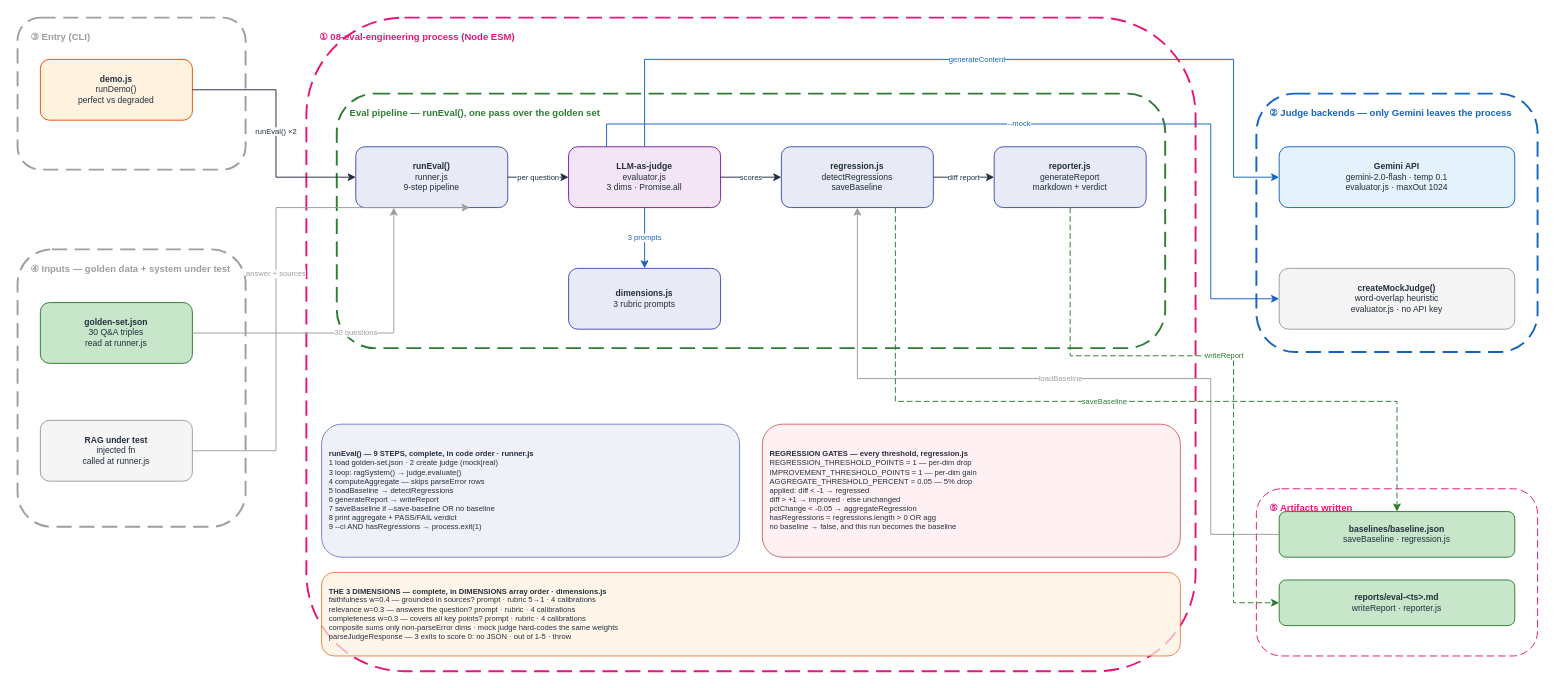
This is docs/diagrams/eval_engineering_v1/HOA_EvalEngineering_v1.drawio from gmaheshraju/Hands-on-AgenticAI, a draw.io file, before an edit. Source tidied: cells renumbered, new cells numbered last; positions are measured from the earlier drawing's top-left corner, leaving out a move shared by most shapes. Both pictures are drawn from the tidied source at 95%, with x=0, y=0 at pixel (17, 17).
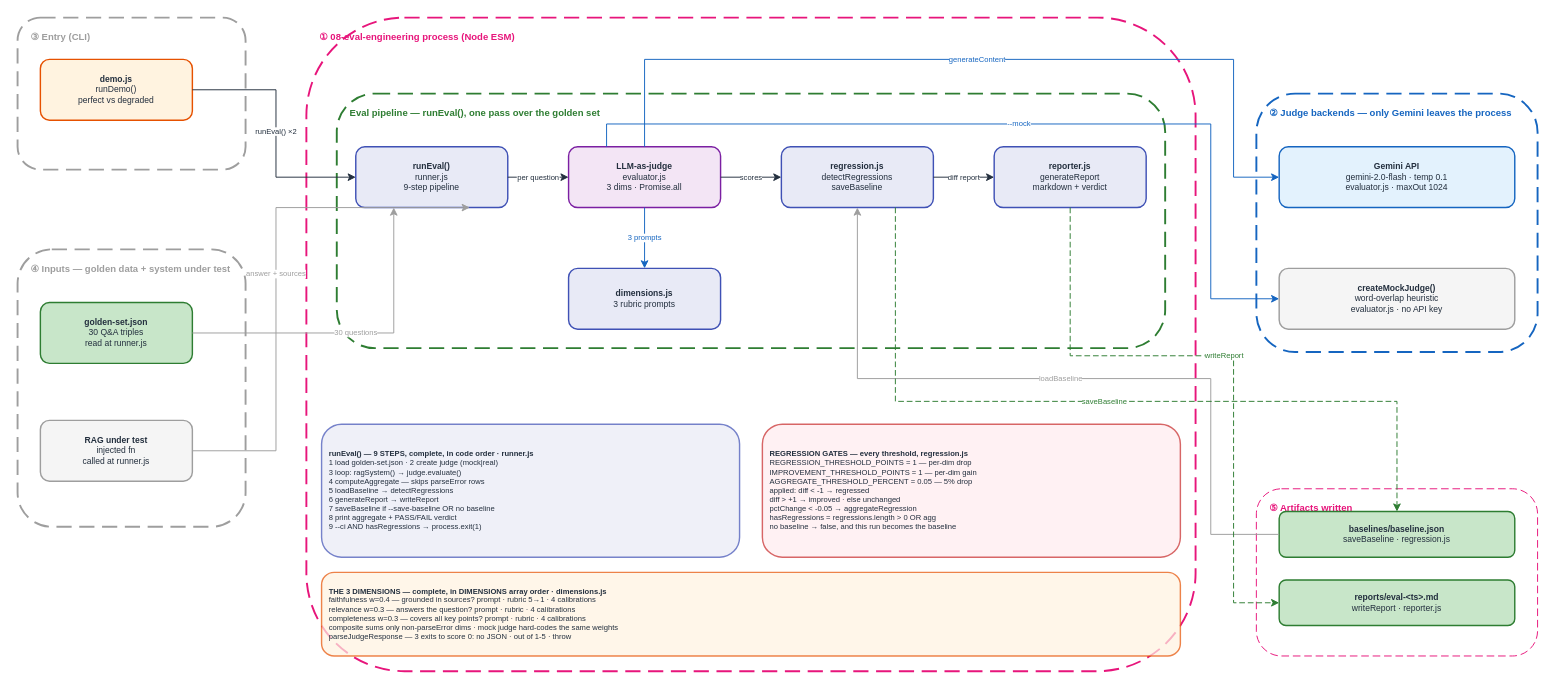
After the change.

What changed in the source:
```diff
@@
-    <mxCell id="14" value="&lt;b&gt;demo.js&lt;/b&gt;&lt;br&gt;runDemo()&lt;br&gt;perfect vs degraded" style="rounded=1;fillColor=#FFF3E0;strokeColor=#E65100;fontSize=9;fontColor=#232F3E;html=1;whiteSpace=wrap;align=center;" parent="1" vertex="1">
+    <mxCell id="14" value="&lt;b&gt;demo.js&lt;/b&gt;&lt;br&gt;runDemo()&lt;br&gt;perfect vs degraded" style="rounded=1;fillColor=#FFF3E0;strokeColor=#E65100;strokeWidth=1.5;fontSize=9;fontColor=#232F3E;html=1;whiteSpace=wrap;align=center;" parent="1" vertex="1">
       <mxGeometry x="24" y="44" width="160" height="64" as="geometry" />
     </mxCell>
-    <mxCell id="15" value="&lt;b&gt;golden-set.json&lt;/b&gt;&lt;br&gt;30 Q&amp;amp;A triples&lt;br&gt;read at runner.js" style="rounded=1;fillColor=#C8E6C9;strokeColor=#2E7D32;fontSize=9;fontColor=#232F3E;html=1;whiteSpace=wrap;align=center;" parent="1" vertex="1">
+    <mxCell id="15" value="&lt;b&gt;golden-set.json&lt;/b&gt;&lt;br&gt;30 Q&amp;amp;A triples&lt;br&gt;read at runner.js" style="rounded=1;fillColor=#C8E6C9;strokeColor=#2E7D32;strokeWidth=1.5;fontSize=9;fontColor=#232F3E;html=1;whiteSpace=wrap;align=center;" parent="1" vertex="1">
       <mxGeometry x="24" y="300" width="160" height="64" as="geometry" />
     </mxCell>
-    <mxCell id="16" value="&lt;b&gt;RAG under test&lt;/b&gt;&lt;br&gt;injected fn&lt;br&gt;called at runner.js" style="rounded=1;fillColor=#F5F5F5;strokeColor=#9E9E9E;fontSize=9;fontColor=#232F3E;html=1;whiteSpace=wrap;align=center;" parent="1" vertex="1">
+    <mxCell id="16" value="&lt;b&gt;RAG under test&lt;/b&gt;&lt;br&gt;injected fn&lt;br&gt;called at runner.js" style="rounded=1;fillColor=#F5F5F5;strokeColor=#9E9E9E;strokeWidth=1.5;fontSize=9;fontColor=#232F3E;html=1;whiteSpace=wrap;align=center;" parent="1" vertex="1">
       <mxGeometry x="24" y="424" width="160" height="64" as="geometry" />
     </mxCell>
-    <mxCell id="17" value="&lt;b&gt;runEval()&lt;/b&gt;&lt;br&gt;runner.js&lt;br&gt;9-step pipeline" style="rounded=1;fillColor=#E8EAF6;strokeColor=#3F51B5;fontSize=9;fontColor=#232F3E;html=1;whiteSpace=wrap;align=center;" parent="1" vertex="1">
+    <mxCell id="17" value="&lt;b&gt;runEval()&lt;/b&gt;&lt;br&gt;runner.js&lt;br&gt;9-step pipeline" style="rounded=1;fillColor=#E8EAF6;strokeColor=#3F51B5;strokeWidth=1.5;fontSize=9;fontColor=#232F3E;html=1;whiteSpace=wrap;align=center;" parent="1" vertex="1">
       <mxGeometry x="356" y="136" width="160" height="64" as="geometry" />
     </mxCell>
-    <mxCell id="18" value="&lt;b&gt;LLM-as-judge&lt;/b&gt;&lt;br&gt;evaluator.js&lt;br&gt;3 dims · Promise.all" style="rounded=1;fillColor=#F3E5F5;strokeColor=#7B1FA2;fontSize=9;fontColor=#232F3E;html=1;whiteSpace=wrap;align=center;" parent="1" vertex="1">
+    <mxCell id="18" value="&lt;b&gt;LLM-as-judge&lt;/b&gt;&lt;br&gt;evaluator.js&lt;br&gt;3 dims · Promise.all" style="rounded=1;fillColor=#F3E5F5;strokeColor=#7B1FA2;strokeWidth=1.5;fontSize=9;fontColor=#232F3E;html=1;whiteSpace=wrap;align=center;" parent="1" vertex="1">
       <mxGeometry x="580" y="136" width="160" height="64" as="geometry" />
     </mxCell>
-    <mxCell id="19" value="&lt;b&gt;regression.js&lt;/b&gt;&lt;br&gt;detectRegressions&lt;br&gt;saveBaseline" style="rounded=1;fillColor=#E8EAF6;strokeColor=#3F51B5;fontSize=9;fontColor=#232F3E;html=1;whiteSpace=wrap;align=center;" parent="1" vertex="1">
+    <mxCell id="19" value="&lt;b&gt;regression.js&lt;/b&gt;&lt;br&gt;detectRegressions&lt;br&gt;saveBaseline" style="rounded=1;fillColor=#E8EAF6;strokeColor=#3F51B5;strokeWidth=1.5;fontSize=9;fontColor=#232F3E;html=1;whiteSpace=wrap;align=center;" parent="1" vertex="1">
       <mxGeometry x="804" y="136" width="160" height="64" as="geometry" />
     </mxCell>
-    <mxCell id="20" value="&lt;b&gt;reporter.js&lt;/b&gt;&lt;br&gt;generateReport&lt;br&gt;markdown + verdict" style="rounded=1;fillColor=#E8EAF6;strokeColor=#3F51B5;fontSize=9;fontColor=#232F3E;html=1;whiteSpace=wrap;align=center;" parent="1" vertex="1">
+    <mxCell id="20" value="&lt;b&gt;reporter.js&lt;/b&gt;&lt;br&gt;generateReport&lt;br&gt;markdown + verdict" style="rounded=1;fillColor=#E8EAF6;strokeColor=#3F51B5;strokeWidth=1.5;fontSize=9;fontColor=#232F3E;html=1;whiteSpace=wrap;align=center;" parent="1" vertex="1">
       <mxGeometry x="1028" y="136" width="160" height="64" as="geometry" />
     </mxCell>
-    <mxCell id="21" value="&lt;b&gt;dimensions.js&lt;/b&gt;&lt;br&gt;3 rubric prompts&lt;br&gt;" style="rounded=1;fillColor=#E8EAF6;strokeColor=#3F51B5;fontSize=9;fontColor=#232F3E;html=1;whiteSpace=wrap;align=center;" parent="1" vertex="1">
+    <mxCell id="21" value="&lt;b&gt;dimensions.js&lt;/b&gt;&lt;br&gt;3 rubric prompts&lt;br&gt;" style="rounded=1;fillColor=#E8EAF6;strokeColor=#3F51B5;strokeWidth=1.5;fontSize=9;fontColor=#232F3E;html=1;whiteSpace=wrap;align=center;" parent="1" vertex="1">
       <mxGeometry x="580" y="264" width="160" height="64" as="geometry" />
     </mxCell>
-    <mxCell id="22" value="&lt;b&gt;Gemini API&lt;/b&gt;&lt;br&gt;gemini-2.0-flash · temp 0.1&lt;br&gt;evaluator.js · maxOut 1024" style="rounded=1;fillColor=#E3F2FD;strokeColor=#1565C0;fontSize=9;fontColor=#232F3E;html=1;whiteSpace=wrap;align=center;" parent="1" vertex="1">
+    <mxCell id="22" value="&lt;b&gt;Gemini API&lt;/b&gt;&lt;br&gt;gemini-2.0-flash · temp 0.1&lt;br&gt;evaluator.js · maxOut 1024" style="rounded=1;fillColor=#E3F2FD;strokeColor=#1565C0;strokeWidth=1.5;fontSize=9;fontColor=#232F3E;html=1;whiteSpace=wrap;align=center;" parent="1" vertex="1">
       <mxGeometry x="1328" y="136" width="248" height="64" as="geometry" />
     </mxCell>
-    <mxCell id="23" value="&lt;b&gt;createMockJudge()&lt;/b&gt;&lt;br&gt;word-overlap heuristic&lt;br&gt;evaluator.js · no API key" style="rounded=1;fillColor=#F5F5F5;strokeColor=#9E9E9E;fontSize=9;fontColor=#232F3E;html=1;whiteSpace=wrap;align=center;" parent="1" vertex="1">
+    <mxCell id="23" value="&lt;b&gt;createMockJudge()&lt;/b&gt;&lt;br&gt;word-overlap heuristic&lt;br&gt;evaluator.js · no API key" style="rounded=1;fillColor=#F5F5F5;strokeColor=#9E9E9E;strokeWidth=1.5;fontSize=9;fontColor=#232F3E;html=1;whiteSpace=wrap;align=center;" parent="1" vertex="1">
       <mxGeometry x="1328" y="264" width="248" height="64" as="geometry" />
     </mxCell>
-    <mxCell id="24" value="&lt;b&gt;baselines/baseline.json&lt;/b&gt;&lt;br&gt;saveBaseline · regression.js" style="rounded=1;fillColor=#C8E6C9;strokeColor=#2E7D32;fontSize=9;fontColor=#232F3E;html=1;whiteSpace=wrap;align=center;" parent="1" vertex="1">
+    <mxCell id="24" value="&lt;b&gt;baselines/baseline.json&lt;/b&gt;&lt;br&gt;saveBaseline · regression.js" style="rounded=1;fillColor=#C8E6C9;strokeColor=#2E7D32;strokeWidth=1.5;fontSize=9;fontColor=#232F3E;html=1;whiteSpace=wrap;align=center;" parent="1" vertex="1">
       <mxGeometry x="1328" y="520" width="248" height="48" as="geometry" />
     </mxCell>
-    <mxCell id="25" value="&lt;b&gt;reports/eval-&amp;lt;ts&amp;gt;.md&lt;/b&gt;&lt;br&gt;writeReport · reporter.js" style="rounded=1;fillColor=#C8E6C9;strokeColor=#2E7D32;fontSize=9;fontColor=#232F3E;html=1;whiteSpace=wrap;align=center;" parent="1" vertex="1">
+    <mxCell id="25" value="&lt;b&gt;reports/eval-&amp;lt;ts&amp;gt;.md&lt;/b&gt;&lt;br&gt;writeReport · reporter.js" style="rounded=1;fillColor=#C8E6C9;strokeColor=#2E7D32;strokeWidth=1.5;fontSize=9;fontColor=#232F3E;html=1;whiteSpace=wrap;align=center;" parent="1" vertex="1">
       <mxGeometry x="1328" y="592" width="248" height="48" as="geometry" />
     </mxCell>
-    <mxCell id="26" value="&lt;b&gt;runEval() — 9 STEPS, complete, in code order · runner.js&lt;/b&gt;&lt;br&gt;1 load golden-set.json · 2 create judge (mock|real)&lt;br&gt;3 loop: ragSystem() → judge.evaluate()&lt;br&gt;4 computeAggregate — skips parseError rows&lt;br&gt;5 loadBaseline → detectRegressions&lt;br&gt;6 generateReport → writeReport&lt;br&gt;7 saveBaseline if --save-baseline OR no baseline&lt;br&gt;8 print aggregate + PASS/FAIL verdict&lt;br&gt;9 --ci AND hasRegressions → process.exit(1)" style="rounded=1;fillColor=#E8EAF6;strokeColor=#3F51B5;fontSize=8;fontColor=#232F3E;html=1;whiteSpace=wrap;align=left;spacingLeft=6;opacity=70;" parent="1" vertex="1">
+    <mxCell id="26" value="&lt;b&gt;runEval() — 9 STEPS, complete, in code order · runner.js&lt;/b&gt;&lt;br&gt;1 load golden-set.json · 2 create judge (mock|real)&lt;br&gt;3 loop: ragSystem() → judge.evaluate()&lt;br&gt;4 computeAggregate — skips parseError rows&lt;br&gt;5 loadBaseline → detectRegressions&lt;br&gt;6 generateReport → writeReport&lt;br&gt;7 saveBaseline if --save-baseline OR no baseline&lt;br&gt;8 print aggregate + PASS/FAIL verdict&lt;br&gt;9 --ci AND hasRegressions → process.exit(1)" style="rounded=1;fillColor=#E8EAF6;strokeColor=#3F51B5;strokeWidth=1.5;fontSize=8;fontColor=#232F3E;html=1;whiteSpace=wrap;align=left;spacingLeft=6;opacity=70;" parent="1" vertex="1">
       <mxGeometry x="320" y="428" width="440" height="140" as="geometry" />
     </mxCell>
-    <mxCell id="27" value="&lt;b&gt;REGRESSION GATES — every threshold, regression.js&lt;/b&gt;&lt;br&gt;REGRESSION_THRESHOLD_POINTS = 1 — per-dim drop&lt;br&gt;IMPROVEMENT_THRESHOLD_POINTS = 1 — per-dim gain&lt;br&gt;AGGREGATE_THRESHOLD_PERCENT = 0.05 — 5% drop&lt;br&gt;applied: diff &amp;lt; -1 → regressed&lt;br&gt;diff &amp;gt; +1 → improved · else unchanged&lt;br&gt;pctChange &amp;lt; -0.05 → aggregateRegression&lt;br&gt;hasRegressions = regressions.length &amp;gt; 0 OR agg&lt;br&gt;no baseline → false, and this run becomes the baseline" style="rounded=1;fillColor=#FFEBEE;strokeColor=#C62828;fontSize=8;fontColor=#232F3E;html=1;whiteSpace=wrap;align=left;spacingLeft=6;opacity=70;" parent="1" vertex="1">
+    <mxCell id="27" value="&lt;b&gt;REGRESSION GATES — every threshold, regression.js&lt;/b&gt;&lt;br&gt;REGRESSION_THRESHOLD_POINTS = 1 — per-dim drop&lt;br&gt;IMPROVEMENT_THRESHOLD_POINTS = 1 — per-dim gain&lt;br&gt;AGGREGATE_THRESHOLD_PERCENT = 0.05 — 5% drop&lt;br&gt;applied: diff &amp;lt; -1 → regressed&lt;br&gt;diff &amp;gt; +1 → improved · else unchanged&lt;br&gt;pctChange &amp;lt; -0.05 → aggregateRegression&lt;br&gt;hasRegressions = regressions.length &amp;gt; 0 OR agg&lt;br&gt;no baseline → false, and this run becomes the baseline" style="rounded=1;fillColor=#FFEBEE;strokeColor=#C62828;strokeWidth=1.5;fontSize=8;fontColor=#232F3E;html=1;whiteSpace=wrap;align=left;spacingLeft=6;opacity=70;" parent="1" vertex="1">
       <mxGeometry x="784" y="428" width="440" height="140" as="geometry" />
     </mxCell>
-    <mxCell id="28" value="&lt;b&gt;THE 3 DIMENSIONS — complete, in DIMENSIONS array order · dimensions.js&lt;/b&gt;&lt;br&gt;faithfulness w=0.4 — grounded in sources? prompt · rubric 5→1 · 4 calibrations&lt;br&gt;relevance w=0.3 — answers the question? prompt · rubric · 4 calibrations&lt;br&gt;completeness w=0.3 — covers all key points? prompt · rubric · 4 calibrations&lt;br&gt;composite sums only non-parseError dims · mock judge hard-codes the same weights&lt;br&gt;parseJudgeResponse — 3 exits to score 0: no JSON · out of 1-5 · throw" style="rounded=1;fillColor=#FFF3E0;strokeColor=#E65100;fontSize=8;fontColor=#232F3E;html=1;whiteSpace=wrap;align=left;spacingLeft=6;opacity=70;" parent="1" vertex="1">
+    <mxCell id="28" value="&lt;b&gt;THE 3 DIMENSIONS — complete, in DIMENSIONS array order · dimensions.js&lt;/b&gt;&lt;br&gt;faithfulness w=0.4 — grounded in sources? prompt · rubric 5→1 · 4 calibrations&lt;br&gt;relevance w=0.3 — answers the question? prompt · rubric · 4 calibrations&lt;br&gt;completeness w=0.3 — covers all key points? prompt · rubric · 4 calibrations&lt;br&gt;composite sums only non-parseError dims · mock judge hard-codes the same weights&lt;br&gt;parseJudgeResponse — 3 exits to score 0: no JSON · out of 1-5 · throw" style="rounded=1;fillColor=#FFF3E0;strokeColor=#E65100;strokeWidth=1.5;fontSize=8;fontColor=#232F3E;html=1;whiteSpace=wrap;align=left;spacingLeft=6;opacity=70;" parent="1" vertex="1">
       <mxGeometry x="320" y="584" width="904" height="88" as="geometry" />
     </mxCell>
```
